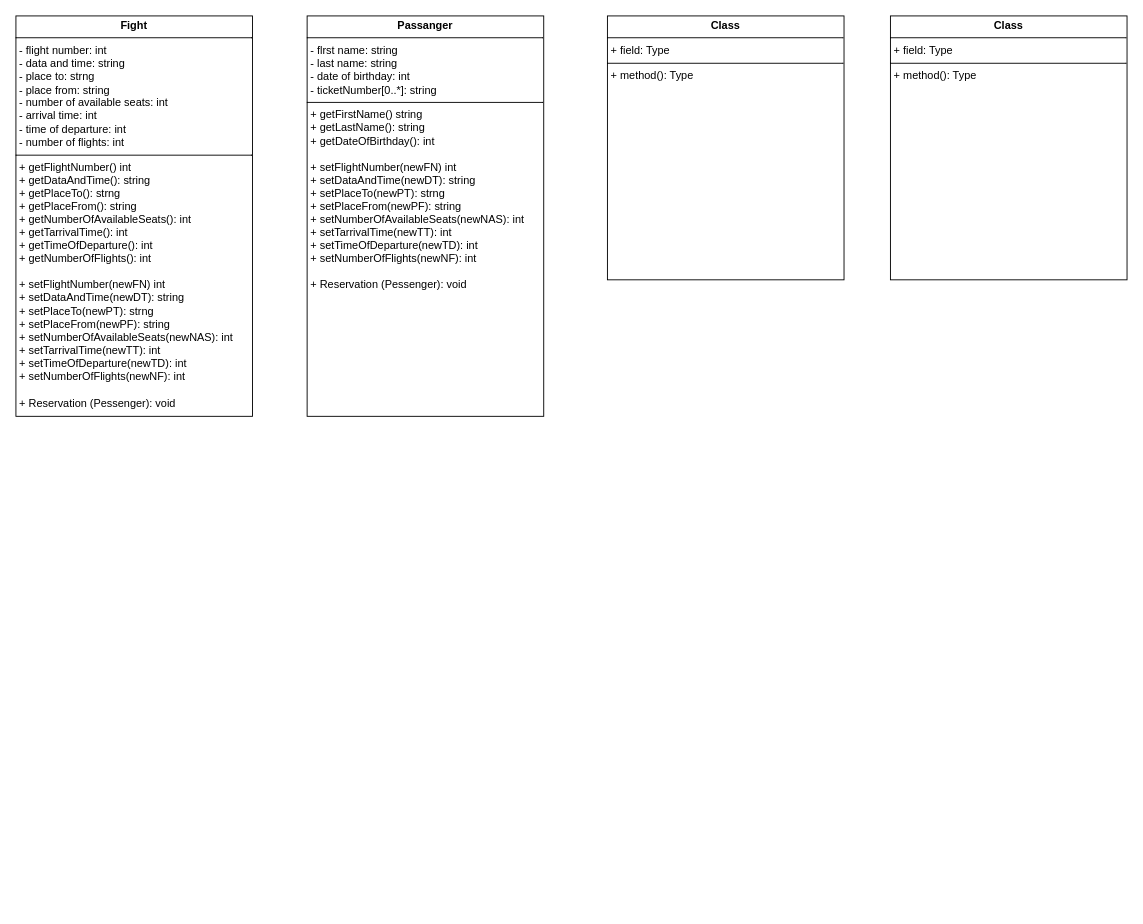
The draw.io diagram Диаграмма без названия.drawio in KhamchievAli06/demooo, before the edit. Source tidied: cells renumbered, new cells numbered last; positions are measured from the earlier drawing's top-left corner, leaving out a move shared by most shapes. Both pictures are drawn from the tidied source at 91%, with x=0, y=0 at pixel (15, 15).
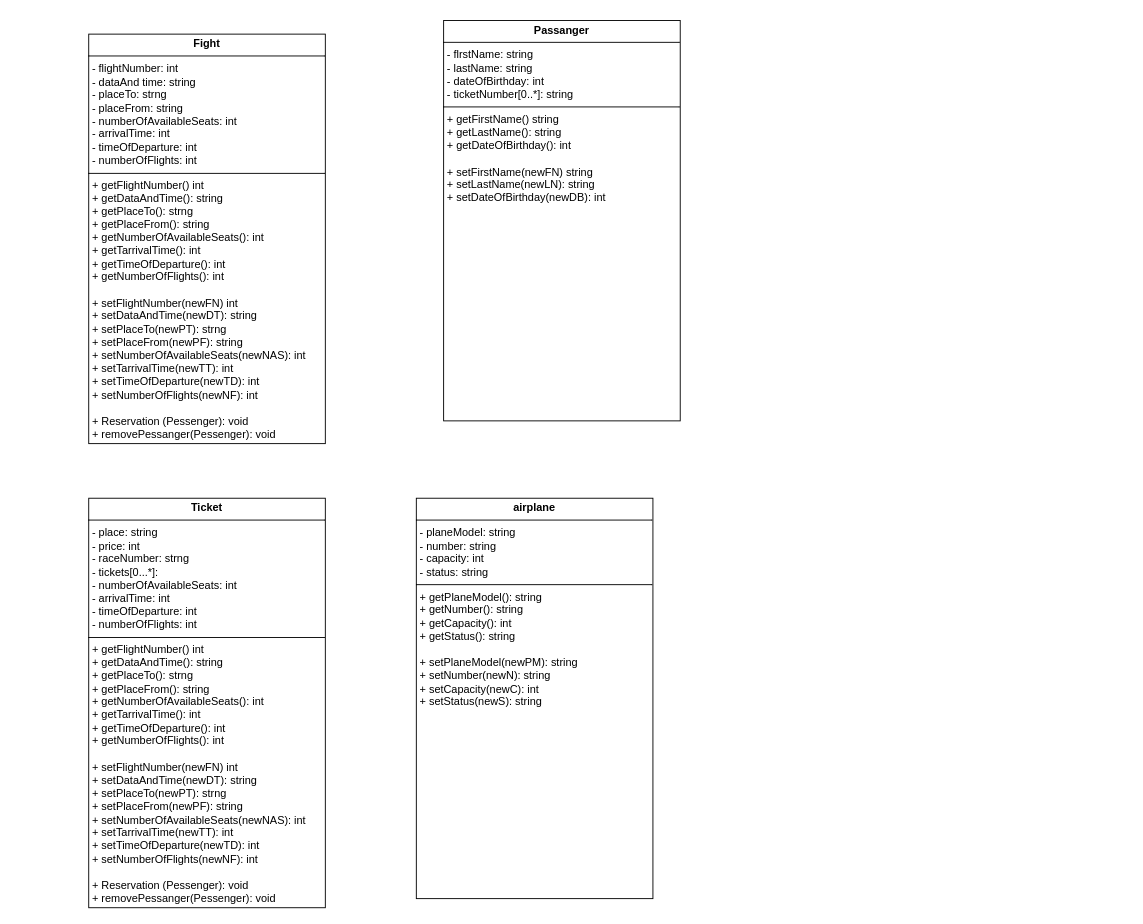
The same diagram, later.

Diff of the diagram source:
```diff
@@
 <mxGraphModel>
   <root>
     <mxCell id="0" />
     <mxCell id="1" parent="0" />
-    <mxCell id="2" value="&lt;p style=&quot;margin:0px;margin-top:4px;text-align:center;&quot;&gt;&lt;b&gt;Fight&lt;/b&gt;&lt;/p&gt;&lt;hr size=&quot;1&quot; style=&quot;border-style:solid;&quot;&gt;&lt;p style=&quot;margin:0px;margin-left:4px;&quot;&gt;-&amp;nbsp;flight number: int&amp;nbsp;&lt;/p&gt;&lt;p style=&quot;margin:0px;margin-left:4px;&quot;&gt;- data and time: string&amp;nbsp;&lt;/p&gt;&lt;p style=&quot;margin:0px;margin-left:4px;&quot;&gt;- place to: strng&amp;nbsp;&lt;/p&gt;&lt;p style=&quot;margin:0px;margin-left:4px;&quot;&gt;- place from: string&lt;/p&gt;&lt;p style=&quot;margin:0px;margin-left:4px;&quot;&gt;-&amp;nbsp;number of available seats: int&lt;/p&gt;&lt;p style=&quot;margin:0px;margin-left:4px;&quot;&gt;-&amp;nbsp;arrival time: int&amp;nbsp;&lt;/p&gt;&lt;p style=&quot;margin:0px;margin-left:4px;&quot;&gt;-&amp;nbsp;time of departure: int&amp;nbsp;&lt;/p&gt;&lt;p style=&quot;margin:0px;margin-left:4px;&quot;&gt;-&amp;nbsp;number of flights: int&lt;/p&gt;&lt;hr size=&quot;1&quot; style=&quot;border-style:solid;&quot;&gt;&lt;p style=&quot;margin: 0px 0px 0px 4px;&quot;&gt;+ getFlightNumber() int&amp;nbsp;&lt;/p&gt;&lt;p style=&quot;margin: 0px 0px 0px 4px;&quot;&gt;+ getDataAndTime(): string&amp;nbsp;&lt;/p&gt;&lt;p style=&quot;margin: 0px 0px 0px 4px;&quot;&gt;+ getPlaceTo(): strng&amp;nbsp;&lt;/p&gt;&lt;p style=&quot;margin: 0px 0px 0px 4px;&quot;&gt;+ getPlaceFrom(): string&lt;/p&gt;&lt;p style=&quot;margin: 0px 0px 0px 4px;&quot;&gt;+ getNumberOfAvailableSeats(): int&lt;/p&gt;&lt;p style=&quot;margin: 0px 0px 0px 4px;&quot;&gt;+ getTarrivalTime(): int&lt;/p&gt;&lt;p style=&quot;margin: 0px 0px 0px 4px;&quot;&gt;+ getTimeOfDeparture(): int&lt;/p&gt;&lt;p style=&quot;margin: 0px 0px 0px 4px;&quot;&gt;+ getNumberO&lt;span style=&quot;background-color: initial;&quot;&gt;fFlights(): int&amp;nbsp;&lt;/span&gt;&lt;/p&gt;&lt;p style=&quot;margin: 0px 0px 0px 4px;&quot;&gt;&lt;span style=&quot;background-color: initial;&quot;&gt;&lt;br&gt;&lt;/span&gt;&lt;/p&gt;&lt;p style=&quot;margin: 0px 0px 0px 4px;&quot;&gt;+ setFlightNumber(newFN) int&amp;nbsp;&lt;/p&gt;&lt;p style=&quot;margin: 0px 0px 0px 4px;&quot;&gt;+ setDataAndTime(newDT): string&amp;nbsp;&lt;/p&gt;&lt;p style=&quot;margin: 0px 0px 0px 4px;&quot;&gt;+ setPlaceTo(newPT): strng&amp;nbsp;&lt;/p&gt;&lt;p style=&quot;margin: 0px 0px 0px 4px;&quot;&gt;+ setPlaceFrom(newPF): string&lt;/p&gt;&lt;p style=&quot;margin: 0px 0px 0px 4px;&quot;&gt;+ setNumberOfAvailableSeats(newNAS): int&lt;/p&gt;&lt;p style=&quot;margin: 0px 0px 0px 4px;&quot;&gt;+ setTarrivalTime(newTT): int&lt;/p&gt;&lt;p style=&quot;margin: 0px 0px 0px 4px;&quot;&gt;+ setTimeOfDeparture(newTD): int&lt;/p&gt;&lt;p style=&quot;margin: 0px 0px 0px 4px;&quot;&gt;+ setNumberO&lt;span style=&quot;background-color: initial;&quot;&gt;fFlights(newNF): int&lt;/span&gt;&lt;/p&gt;&lt;p style=&quot;margin: 0px 0px 0px 4px;&quot;&gt;&lt;span style=&quot;background-color: initial;&quot;&gt;&lt;br&gt;&lt;/span&gt;&lt;/p&gt;&lt;p style=&quot;margin: 0px 0px 0px 4px;&quot;&gt;&lt;span style=&quot;background-color: initial;&quot;&gt;+ Reservation (Pessenger): void&lt;/span&gt;&lt;/p&gt;" style="verticalAlign=top;align=left;overflow=fill;html=1;whiteSpace=wrap;" parent="1" vertex="1">
-      <mxGeometry width="260" height="440" as="geometry" />
+    <mxCell id="2" value="&lt;p style=&quot;margin:0px;margin-top:4px;text-align:center;&quot;&gt;&lt;b&gt;Fight&lt;/b&gt;&lt;/p&gt;&lt;hr size=&quot;1&quot; style=&quot;border-style:solid;&quot;&gt;&lt;p style=&quot;margin:0px;margin-left:4px;&quot;&gt;-&amp;nbsp;flightNumber: int&amp;nbsp;&lt;/p&gt;&lt;p style=&quot;margin:0px;margin-left:4px;&quot;&gt;- dataAnd time: string&amp;nbsp;&lt;/p&gt;&lt;p style=&quot;margin:0px;margin-left:4px;&quot;&gt;- placeTo: strng&amp;nbsp;&lt;/p&gt;&lt;p style=&quot;margin:0px;margin-left:4px;&quot;&gt;- placeFrom: string&lt;/p&gt;&lt;p style=&quot;margin:0px;margin-left:4px;&quot;&gt;-&amp;nbsp;numberOfAvailableSeats: int&lt;/p&gt;&lt;p style=&quot;margin:0px;margin-left:4px;&quot;&gt;-&amp;nbsp;arrivalTime: int&amp;nbsp;&lt;/p&gt;&lt;p style=&quot;margin:0px;margin-left:4px;&quot;&gt;-&amp;nbsp;timeOfDeparture: int&amp;nbsp;&lt;/p&gt;&lt;p style=&quot;margin:0px;margin-left:4px;&quot;&gt;-&amp;nbsp;numberOfFlights: int&lt;/p&gt;&lt;hr size=&quot;1&quot; style=&quot;border-style:solid;&quot;&gt;&lt;p style=&quot;margin: 0px 0px 0px 4px;&quot;&gt;+ getFlightNumber() int&amp;nbsp;&lt;/p&gt;&lt;p style=&quot;margin: 0px 0px 0px 4px;&quot;&gt;+ getDataAndTime(): string&amp;nbsp;&lt;/p&gt;&lt;p style=&quot;margin: 0px 0px 0px 4px;&quot;&gt;+ getPlaceTo(): strng&amp;nbsp;&lt;/p&gt;&lt;p style=&quot;margin: 0px 0px 0px 4px;&quot;&gt;+ getPlaceFrom(): string&lt;/p&gt;&lt;p style=&quot;margin: 0px 0px 0px 4px;&quot;&gt;+ getNumberOfAvailableSeats(): int&lt;/p&gt;&lt;p style=&quot;margin: 0px 0px 0px 4px;&quot;&gt;+ getTarrivalTime(): int&lt;/p&gt;&lt;p style=&quot;margin: 0px 0px 0px 4px;&quot;&gt;+ getTimeOfDeparture(): int&lt;/p&gt;&lt;p style=&quot;margin: 0px 0px 0px 4px;&quot;&gt;+ getNumberO&lt;span style=&quot;background-color: initial;&quot;&gt;fFlights(): int&amp;nbsp;&lt;/span&gt;&lt;/p&gt;&lt;p style=&quot;margin: 0px 0px 0px 4px;&quot;&gt;&lt;span style=&quot;background-color: initial;&quot;&gt;&lt;br&gt;&lt;/span&gt;&lt;/p&gt;&lt;p style=&quot;margin: 0px 0px 0px 4px;&quot;&gt;+ setFlightNumber(newFN) int&amp;nbsp;&lt;/p&gt;&lt;p style=&quot;margin: 0px 0px 0px 4px;&quot;&gt;+ setDataAndTime(newDT): string&amp;nbsp;&lt;/p&gt;&lt;p style=&quot;margin: 0px 0px 0px 4px;&quot;&gt;+ setPlaceTo(newPT): strng&amp;nbsp;&lt;/p&gt;&lt;p style=&quot;margin: 0px 0px 0px 4px;&quot;&gt;+ setPlaceFrom(newPF): string&lt;/p&gt;&lt;p style=&quot;margin: 0px 0px 0px 4px;&quot;&gt;+ setNumberOfAvailableSeats(newNAS): int&lt;/p&gt;&lt;p style=&quot;margin: 0px 0px 0px 4px;&quot;&gt;+ setTarrivalTime(newTT): int&lt;/p&gt;&lt;p style=&quot;margin: 0px 0px 0px 4px;&quot;&gt;+ setTimeOfDeparture(newTD): int&lt;/p&gt;&lt;p style=&quot;margin: 0px 0px 0px 4px;&quot;&gt;+ setNumberO&lt;span style=&quot;background-color: initial;&quot;&gt;fFlights(newNF): int&lt;/span&gt;&lt;/p&gt;&lt;p style=&quot;margin: 0px 0px 0px 4px;&quot;&gt;&lt;span style=&quot;background-color: initial;&quot;&gt;&lt;br&gt;&lt;/span&gt;&lt;/p&gt;&lt;p style=&quot;margin: 0px 0px 0px 4px;&quot;&gt;&lt;span style=&quot;background-color: initial;&quot;&gt;+ Reservation (Pessenger): void&lt;/span&gt;&lt;/p&gt;&lt;p style=&quot;margin: 0px 0px 0px 4px;&quot;&gt;&lt;span style=&quot;background-color: initial;&quot;&gt;+ removePessanger&lt;/span&gt;&lt;span style=&quot;background-color: initial;&quot;&gt;(Pessenger): void&lt;/span&gt;&lt;/p&gt;" style="verticalAlign=top;align=left;overflow=fill;html=1;whiteSpace=wrap;" parent="1" vertex="1">
+      <mxGeometry x="80" y="20" width="260" height="450" as="geometry" />
     </mxCell>
-    <mxCell id="3" value="&lt;p style=&quot;margin:0px;margin-top:4px;text-align:center;&quot;&gt;&lt;b&gt;Class&lt;/b&gt;&lt;/p&gt;&lt;hr size=&quot;1&quot; style=&quot;border-style:solid;&quot;/&gt;&lt;p style=&quot;margin:0px;margin-left:4px;&quot;&gt;+ field: Type&lt;/p&gt;&lt;hr size=&quot;1&quot; style=&quot;border-style:solid;&quot;/&gt;&lt;p style=&quot;margin:0px;margin-left:4px;&quot;&gt;+ method(): Type&lt;/p&gt;" style="verticalAlign=top;align=left;overflow=fill;html=1;whiteSpace=wrap;" parent="1" vertex="1">
-      <mxGeometry x="650" width="260" height="290" as="geometry" />
-    </mxCell>
-    <mxCell id="4" value="&lt;p style=&quot;margin:0px;margin-top:4px;text-align:center;&quot;&gt;&lt;b&gt;Class&lt;/b&gt;&lt;/p&gt;&lt;hr size=&quot;1&quot; style=&quot;border-style:solid;&quot;/&gt;&lt;p style=&quot;margin:0px;margin-left:4px;&quot;&gt;+ field: Type&lt;/p&gt;&lt;hr size=&quot;1&quot; style=&quot;border-style:solid;&quot;/&gt;&lt;p style=&quot;margin:0px;margin-left:4px;&quot;&gt;+ method(): Type&lt;/p&gt;" style="verticalAlign=top;align=left;overflow=fill;html=1;whiteSpace=wrap;" parent="1" vertex="1">
-      <mxGeometry x="961" width="260" height="290" as="geometry" />
-    </mxCell>
-    <mxCell id="5" value="&lt;p style=&quot;margin:0px;margin-top:4px;text-align:center;&quot;&gt;&lt;b&gt;Passanger&lt;/b&gt;&lt;/p&gt;&lt;hr size=&quot;1&quot; style=&quot;border-style:solid;&quot;&gt;&lt;p style=&quot;margin:0px;margin-left:4px;&quot;&gt;-&amp;nbsp;flrst name: string&amp;nbsp;&lt;/p&gt;&lt;p style=&quot;margin:0px;margin-left:4px;&quot;&gt;- last name: string&amp;nbsp;&lt;/p&gt;&lt;p style=&quot;margin:0px;margin-left:4px;&quot;&gt;- date of birthday: int&amp;nbsp;&lt;/p&gt;&lt;p style=&quot;margin:0px;margin-left:4px;&quot;&gt;- ticketNumber[0..*]: string&lt;br&gt;&lt;/p&gt;&lt;hr size=&quot;1&quot; style=&quot;border-style:solid;&quot;&gt;&lt;p style=&quot;margin: 0px 0px 0px 4px;&quot;&gt;+ getFirstName() string&amp;nbsp;&lt;/p&gt;&lt;p style=&quot;margin: 0px 0px 0px 4px;&quot;&gt;+ getLast&lt;span style=&quot;background-color: initial;&quot;&gt;Name&lt;/span&gt;&lt;span style=&quot;background-color: initial;&quot;&gt;(): string&amp;nbsp;&lt;/span&gt;&lt;/p&gt;&lt;p style=&quot;margin: 0px 0px 0px 4px;&quot;&gt;+ getDateOfBirthday(): int&amp;nbsp;&lt;/p&gt;&lt;p style=&quot;margin: 0px 0px 0px 4px;&quot;&gt;&lt;span style=&quot;background-color: initial;&quot;&gt;&lt;br&gt;&lt;/span&gt;&lt;/p&gt;&lt;p style=&quot;margin: 0px 0px 0px 4px;&quot;&gt;+ setFlightNumber(newFN) int&amp;nbsp;&lt;/p&gt;&lt;p style=&quot;margin: 0px 0px 0px 4px;&quot;&gt;+ setDataAndTime(newDT): string&amp;nbsp;&lt;/p&gt;&lt;p style=&quot;margin: 0px 0px 0px 4px;&quot;&gt;+ setPlaceTo(newPT): strng&amp;nbsp;&lt;/p&gt;&lt;p style=&quot;margin: 0px 0px 0px 4px;&quot;&gt;+ setPlaceFrom(newPF): string&lt;/p&gt;&lt;p style=&quot;margin: 0px 0px 0px 4px;&quot;&gt;+ setNumberOfAvailableSeats(newNAS): int&lt;/p&gt;&lt;p style=&quot;margin: 0px 0px 0px 4px;&quot;&gt;+ setTarrivalTime(newTT): int&lt;/p&gt;&lt;p style=&quot;margin: 0px 0px 0px 4px;&quot;&gt;+ setTimeOfDeparture(newTD): int&lt;/p&gt;&lt;p style=&quot;margin: 0px 0px 0px 4px;&quot;&gt;+ setNumberO&lt;span style=&quot;background-color: initial;&quot;&gt;fFlights(newNF): int&lt;/span&gt;&lt;/p&gt;&lt;p style=&quot;margin: 0px 0px 0px 4px;&quot;&gt;&lt;span style=&quot;background-color: initial;&quot;&gt;&lt;br&gt;&lt;/span&gt;&lt;/p&gt;&lt;p style=&quot;margin: 0px 0px 0px 4px;&quot;&gt;&lt;span style=&quot;background-color: initial;&quot;&gt;+ Reservation (Pessenger): void&lt;/span&gt;&lt;/p&gt;" style="verticalAlign=top;align=left;overflow=fill;html=1;whiteSpace=wrap;" parent="1" vertex="1">
-      <mxGeometry x="320" width="260" height="440" as="geometry" />
+    <mxCell id="5" value="&lt;p style=&quot;margin:0px;margin-top:4px;text-align:center;&quot;&gt;&lt;b&gt;Passanger&lt;/b&gt;&lt;/p&gt;&lt;hr size=&quot;1&quot; style=&quot;border-style:solid;&quot;&gt;&lt;p style=&quot;margin:0px;margin-left:4px;&quot;&gt;-&amp;nbsp;flrstName: string&amp;nbsp;&lt;/p&gt;&lt;p style=&quot;margin:0px;margin-left:4px;&quot;&gt;- lastName: string&amp;nbsp;&lt;/p&gt;&lt;p style=&quot;margin:0px;margin-left:4px;&quot;&gt;- dateOfBirthday: int&amp;nbsp;&lt;/p&gt;&lt;p style=&quot;margin:0px;margin-left:4px;&quot;&gt;- ticketNumber[0..*]: string&lt;br&gt;&lt;/p&gt;&lt;hr size=&quot;1&quot; style=&quot;border-style:solid;&quot;&gt;&lt;p style=&quot;margin: 0px 0px 0px 4px;&quot;&gt;+ getFirstName() string&amp;nbsp;&lt;/p&gt;&lt;p style=&quot;margin: 0px 0px 0px 4px;&quot;&gt;+ getLast&lt;span style=&quot;background-color: initial;&quot;&gt;Name&lt;/span&gt;&lt;span style=&quot;background-color: initial;&quot;&gt;(): string&amp;nbsp;&lt;/span&gt;&lt;/p&gt;&lt;p style=&quot;margin: 0px 0px 0px 4px;&quot;&gt;+ getDateOfBirthday(): int&lt;/p&gt;&lt;p style=&quot;margin: 0px 0px 0px 4px;&quot;&gt;&lt;br&gt;&lt;/p&gt;&lt;p style=&quot;margin: 0px 0px 0px 4px;&quot;&gt;+ setFirstName(newFN) string&amp;nbsp;&lt;/p&gt;&lt;p style=&quot;margin: 0px 0px 0px 4px;&quot;&gt;+ setLast&lt;span style=&quot;background-color: initial;&quot;&gt;Name&lt;/span&gt;&lt;span style=&quot;background-color: initial;&quot;&gt;(newLN): string&amp;nbsp;&lt;/span&gt;&lt;/p&gt;&lt;p style=&quot;margin: 0px 0px 0px 4px;&quot;&gt;&lt;span style=&quot;background-color: initial;&quot;&gt;+ setDateOfBirthday(newDB): int&amp;nbsp;&lt;/span&gt;&amp;nbsp;&lt;/p&gt;&lt;p style=&quot;margin: 0px 0px 0px 4px;&quot;&gt;&lt;br&gt;&lt;/p&gt;&lt;p style=&quot;margin: 0px 0px 0px 4px;&quot;&gt;&lt;br&gt;&lt;/p&gt;" style="verticalAlign=top;align=left;overflow=fill;html=1;whiteSpace=wrap;" parent="1" vertex="1">
+      <mxGeometry x="470" y="5" width="260" height="440" as="geometry" />
     </mxCell>
+    <mxCell id="6" value="&lt;p style=&quot;margin:0px;margin-top:4px;text-align:center;&quot;&gt;&lt;b&gt;airplane&lt;/b&gt;&lt;/p&gt;&lt;hr size=&quot;1&quot; style=&quot;border-style:solid;&quot;&gt;&lt;p style=&quot;margin:0px;margin-left:4px;&quot;&gt;- planeModel: string&amp;nbsp;&lt;/p&gt;&lt;p style=&quot;margin:0px;margin-left:4px;&quot;&gt;- number: string&amp;nbsp;&lt;/p&gt;&lt;p style=&quot;margin:0px;margin-left:4px;&quot;&gt;- capacity: int&amp;nbsp;&lt;/p&gt;&lt;p style=&quot;margin:0px;margin-left:4px;&quot;&gt;- status: string&lt;br&gt;&lt;/p&gt;&lt;hr size=&quot;1&quot; style=&quot;border-style:solid;&quot;&gt;&lt;p style=&quot;margin: 0px 0px 0px 4px;&quot;&gt;+ getPlaneModel(): string&amp;nbsp;&lt;/p&gt;&lt;p style=&quot;margin: 0px 0px 0px 4px;&quot;&gt;+ getNumber(): string&amp;nbsp;&lt;/p&gt;&lt;p style=&quot;margin: 0px 0px 0px 4px;&quot;&gt;+ getCapacity(): int&amp;nbsp;&lt;/p&gt;&lt;p style=&quot;margin: 0px 0px 0px 4px;&quot;&gt;+ getStatus&lt;span style=&quot;background-color: initial;&quot;&gt;(): string&lt;/span&gt;&lt;/p&gt;&lt;p style=&quot;margin: 0px 0px 0px 4px;&quot;&gt;&lt;br&gt;&lt;/p&gt;&lt;p style=&quot;margin: 0px 0px 0px 4px;&quot;&gt;+ setPlaneModel(newPM): string&amp;nbsp;&lt;/p&gt;&lt;p style=&quot;margin: 0px 0px 0px 4px;&quot;&gt;+ setNumber(newN): string&amp;nbsp;&lt;/p&gt;&lt;p style=&quot;margin: 0px 0px 0px 4px;&quot;&gt;+ setCapacity(newC): int&amp;nbsp;&lt;/p&gt;&lt;p style=&quot;margin: 0px 0px 0px 4px;&quot;&gt;+ setStatus&lt;span style=&quot;background-color: initial;&quot;&gt;(newS): string&lt;/span&gt;&lt;/p&gt;&lt;p style=&quot;margin: 0px 0px 0px 4px;&quot;&gt;&lt;span style=&quot;background-color: initial;&quot;&gt;&lt;br&gt;&lt;/span&gt;&lt;/p&gt;&lt;p style=&quot;margin: 0px 0px 0px 4px;&quot;&gt;&lt;span style=&quot;background-color: initial;&quot;&gt;&lt;br&gt;&lt;/span&gt;&lt;/p&gt;" style="verticalAlign=top;align=left;overflow=fill;html=1;whiteSpace=wrap;" parent="1" vertex="1">
+      <mxGeometry x="440" y="530" width="260" height="440" as="geometry" />
+    </mxCell>
+    <mxCell id="7" value="&lt;p style=&quot;margin:0px;margin-top:4px;text-align:center;&quot;&gt;&lt;b&gt;Ticket&lt;/b&gt;&lt;/p&gt;&lt;hr size=&quot;1&quot; style=&quot;border-style:solid;&quot;&gt;&lt;p style=&quot;margin:0px;margin-left:4px;&quot;&gt;- place: string&amp;nbsp;&lt;/p&gt;&lt;p style=&quot;margin:0px;margin-left:4px;&quot;&gt;- price: int&amp;nbsp;&lt;/p&gt;&lt;p style=&quot;margin:0px;margin-left:4px;&quot;&gt;- raceNumber: strng&amp;nbsp;&lt;/p&gt;&lt;p style=&quot;margin:0px;margin-left:4px;&quot;&gt;- tickets[0...*]:&amp;nbsp;&lt;/p&gt;&lt;p style=&quot;margin:0px;margin-left:4px;&quot;&gt;-&amp;nbsp;numberOfAvailableSeats: int&lt;/p&gt;&lt;p style=&quot;margin:0px;margin-left:4px;&quot;&gt;-&amp;nbsp;arrivalTime: int&amp;nbsp;&lt;/p&gt;&lt;p style=&quot;margin:0px;margin-left:4px;&quot;&gt;-&amp;nbsp;timeOfDeparture: int&amp;nbsp;&lt;/p&gt;&lt;p style=&quot;margin:0px;margin-left:4px;&quot;&gt;-&amp;nbsp;numberOfFlights: int&lt;/p&gt;&lt;hr size=&quot;1&quot; style=&quot;border-style:solid;&quot;&gt;&lt;p style=&quot;margin: 0px 0px 0px 4px;&quot;&gt;+ getFlightNumber() int&amp;nbsp;&lt;/p&gt;&lt;p style=&quot;margin: 0px 0px 0px 4px;&quot;&gt;+ getDataAndTime(): string&amp;nbsp;&lt;/p&gt;&lt;p style=&quot;margin: 0px 0px 0px 4px;&quot;&gt;+ getPlaceTo(): strng&amp;nbsp;&lt;/p&gt;&lt;p style=&quot;margin: 0px 0px 0px 4px;&quot;&gt;+ getPlaceFrom(): string&lt;/p&gt;&lt;p style=&quot;margin: 0px 0px 0px 4px;&quot;&gt;+ getNumberOfAvailableSeats(): int&lt;/p&gt;&lt;p style=&quot;margin: 0px 0px 0px 4px;&quot;&gt;+ getTarrivalTime(): int&lt;/p&gt;&lt;p style=&quot;margin: 0px 0px 0px 4px;&quot;&gt;+ getTimeOfDeparture(): int&lt;/p&gt;&lt;p style=&quot;margin: 0px 0px 0px 4px;&quot;&gt;+ getNumberO&lt;span style=&quot;background-color: initial;&quot;&gt;fFlights(): int&amp;nbsp;&lt;/span&gt;&lt;/p&gt;&lt;p style=&quot;margin: 0px 0px 0px 4px;&quot;&gt;&lt;span style=&quot;background-color: initial;&quot;&gt;&lt;br&gt;&lt;/span&gt;&lt;/p&gt;&lt;p style=&quot;margin: 0px 0px 0px 4px;&quot;&gt;+ setFlightNumber(newFN) int&amp;nbsp;&lt;/p&gt;&lt;p style=&quot;margin: 0px 0px 0px 4px;&quot;&gt;+ setDataAndTime(newDT): string&amp;nbsp;&lt;/p&gt;&lt;p style=&quot;margin: 0px 0px 0px 4px;&quot;&gt;+ setPlaceTo(newPT): strng&amp;nbsp;&lt;/p&gt;&lt;p style=&quot;margin: 0px 0px 0px 4px;&quot;&gt;+ setPlaceFrom(newPF): string&lt;/p&gt;&lt;p style=&quot;margin: 0px 0px 0px 4px;&quot;&gt;+ setNumberOfAvailableSeats(newNAS): int&lt;/p&gt;&lt;p style=&quot;margin: 0px 0px 0px 4px;&quot;&gt;+ setTarrivalTime(newTT): int&lt;/p&gt;&lt;p style=&quot;margin: 0px 0px 0px 4px;&quot;&gt;+ setTimeOfDeparture(newTD): int&lt;/p&gt;&lt;p style=&quot;margin: 0px 0px 0px 4px;&quot;&gt;+ setNumberO&lt;span style=&quot;background-color: initial;&quot;&gt;fFlights(newNF): int&lt;/span&gt;&lt;/p&gt;&lt;p style=&quot;margin: 0px 0px 0px 4px;&quot;&gt;&lt;span style=&quot;background-color: initial;&quot;&gt;&lt;br&gt;&lt;/span&gt;&lt;/p&gt;&lt;p style=&quot;margin: 0px 0px 0px 4px;&quot;&gt;&lt;span style=&quot;background-color: initial;&quot;&gt;+ Reservation (Pessenger): void&lt;/span&gt;&lt;/p&gt;&lt;p style=&quot;margin: 0px 0px 0px 4px;&quot;&gt;&lt;span style=&quot;background-color: initial;&quot;&gt;+ removePessanger&lt;/span&gt;&lt;span style=&quot;background-color: initial;&quot;&gt;(Pessenger): void&lt;/span&gt;&lt;/p&gt;" style="verticalAlign=top;align=left;overflow=fill;html=1;whiteSpace=wrap;" parent="1" vertex="1">
+      <mxGeometry x="80" y="530" width="260" height="450" as="geometry" />
+    </mxCell>
   </root>
 </mxGraphModel>
```
